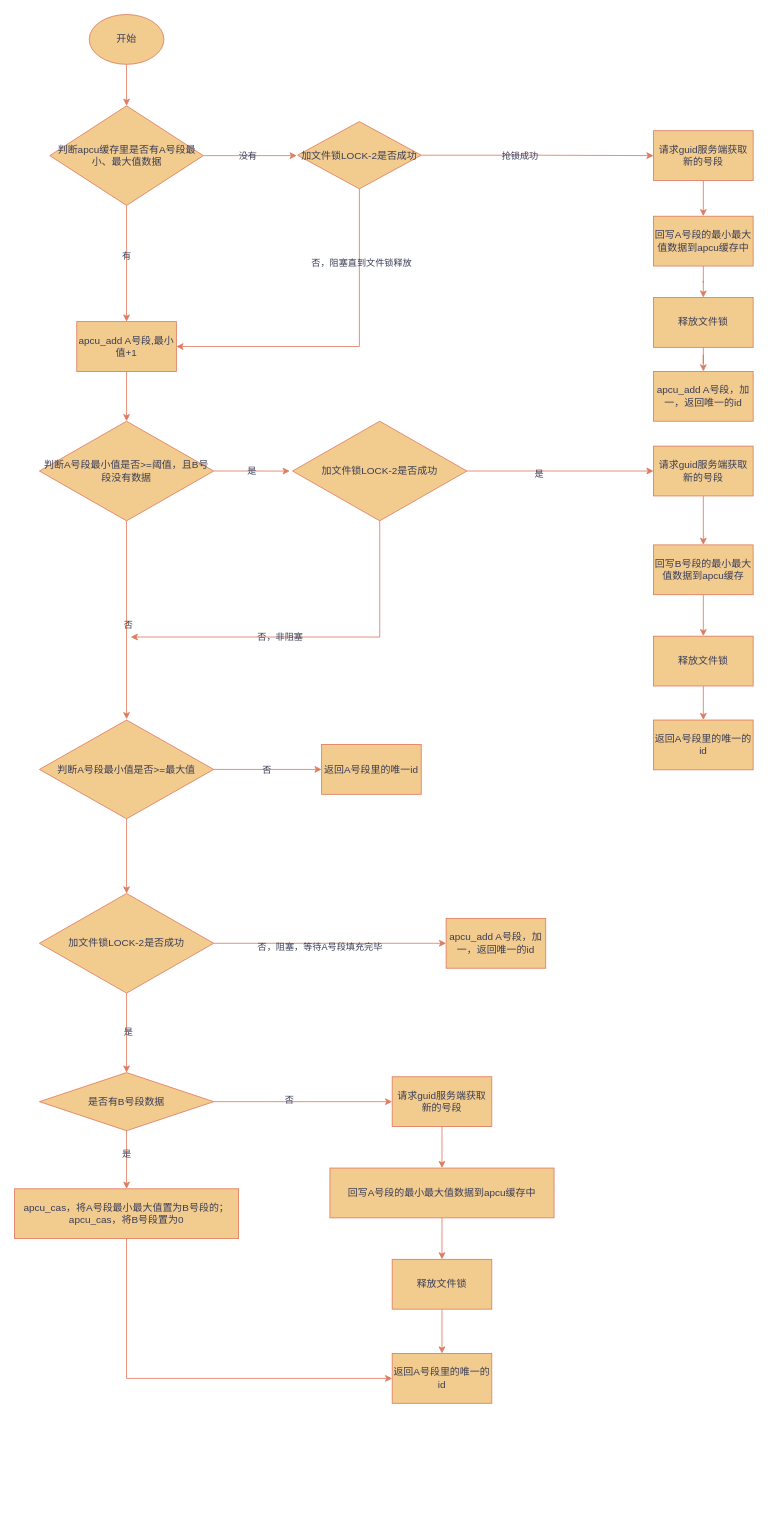
Earlier version of the draw.io diagram 全局唯一id服务-v1.drawio (yuanlj-tea/picgo). Source tidied: cells renumbered, new cells numbered last; positions are measured from the earlier drawing's top-left corner, leaving out a move shared by most shapes. Both pictures are drawn from the tidied source at 83%, with x=0, y=0 at pixel (14, 14).
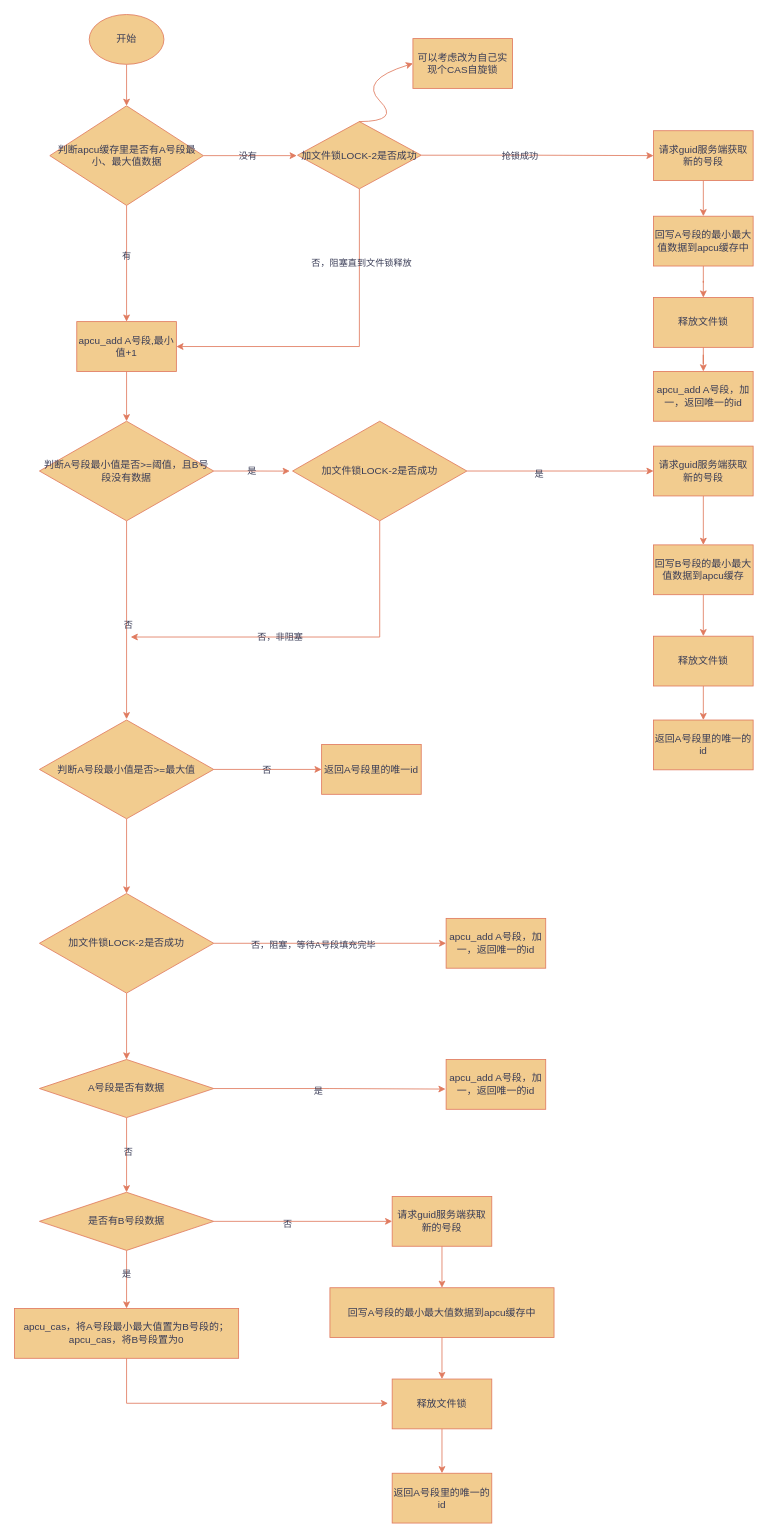
The same page after the edit.

Commit message:
更新全局唯一id服务-v1.drawio

The change refers to these unchanged cells:
```xml
<mxCell id="47" style="edgeStyle=orthogonalEdgeStyle;rounded=0;jettySize=auto;html=1;entryX=0;entryY=0.5;entryDx=0;entryDy=0;labelBackgroundColor=none;strokeColor=#E07A5F;fontColor=default;" parent="1" edge="1" source="49" target="58">
  <mxGeometry relative="1" as="geometry" />
</mxCell>
<mxCell id="52" style="edgeStyle=orthogonalEdgeStyle;rounded=0;jettySize=auto;html=1;labelBackgroundColor=none;strokeColor=#E07A5F;fontColor=default;" parent="1" edge="1" source="56" target="63">
  <mxGeometry relative="1" as="geometry" />
</mxCell>
<mxCell id="56" value="加文件锁LOCK-2是否成功" style="rhombus;whiteSpace=wrap;html=1;labelBackgroundColor=none;fillColor=#F2CC8F;strokeColor=#E07A5F;fontColor=#393C56;" parent="1" vertex="1">
  <mxGeometry x="30" y="1059" width="210" height="120" as="geometry" />
</mxCell>
```

Diff of the diagram source:
```diff
@@
-    <mxCell id="48" value="否" style="edgeLabel;html=1;align=center;verticalAlign=middle;labelBackgroundColor=none;fontColor=#393C56;" parent="47" vertex="1">
-      <mxGeometry x="-0.16" y="2" relative="1" as="geometry" />
-    </mxCell>
+    <mxCell id="65" value="否" style="edgeLabel;html=1;align=center;verticalAlign=middle;labelBackgroundColor=none;fontColor=#393C56;" parent="47" vertex="1">
+      <mxGeometry x="-0.18" y="-2" relative="1" as="geometry" />
+    </mxCell>
     <mxCell id="49" value="是否有B号段数据" style="rhombus;whiteSpace=wrap;html=1;labelBackgroundColor=none;fillColor=#F2CC8F;strokeColor=#E07A5F;fontColor=#393C56;" parent="1" vertex="1">
-      <mxGeometry x="30" y="1274.8" width="210" height="70" as="geometry" />
+      <mxGeometry x="30" y="1419" width="210" height="70" as="geometry" />
     </mxCell>
-    <mxCell id="50" style="edgeStyle=orthogonalEdgeStyle;rounded=0;jettySize=auto;html=1;entryX=0;entryY=0.5;entryDx=0;entryDy=0;labelBackgroundColor=none;strokeColor=#E07A5F;fontColor=default;" parent="1" edge="1" source="51" target="64">
+    <mxCell id="50" style="edgeStyle=orthogonalEdgeStyle;rounded=0;jettySize=auto;html=1;labelBackgroundColor=none;strokeColor=#E07A5F;fontColor=default;" parent="1" edge="1" source="51">
       <mxGeometry relative="1" as="geometry">
+        <mxPoint x="450" y="1673.2" as="targetPoint" />
         <Array as="points">
-          <mxPoint x="135" y="1643" />
+          <mxPoint x="135" y="1673.2" />
         </Array>
       </mxGeometry>
     </mxCell>
     <mxCell id="51" value="apcu_cas，将A号段最小最大值置为B号段的；&lt;br&gt;apcu_cas，将B号段置为0" style="whiteSpace=wrap;html=1;labelBackgroundColor=none;fillColor=#F2CC8F;strokeColor=#E07A5F;fontColor=#393C56;" parent="1" vertex="1">
-      <mxGeometry y="1414.8" width="270" height="60" as="geometry" />
+      <mxGeometry y="1559" width="270" height="60" as="geometry" />
     </mxCell>
@@
     <mxCell id="53" value="否，阻塞，等待A号段填充完毕" style="edgeLabel;html=1;align=center;verticalAlign=middle;labelBackgroundColor=none;fontColor=#393C56;" parent="52" vertex="1">
-      <mxGeometry x="-0.09" y="-3" relative="1" as="geometry" />
+      <mxGeometry x="-0.15" y="-1" relative="1" as="geometry" />
     </mxCell>
-    <mxCell id="54" style="edgeStyle=orthogonalEdgeStyle;rounded=0;jettySize=auto;html=1;labelBackgroundColor=none;strokeColor=#E07A5F;fontColor=default;" parent="1" edge="1" source="56" target="49">
-      <mxGeometry relative="1" as="geometry" />
-    </mxCell>
-    <mxCell id="55" value="是" style="edgeLabel;html=1;align=center;verticalAlign=middle;labelBackgroundColor=none;fontColor=#393C56;" parent="54" vertex="1">
-      <mxGeometry x="-0.04" y="1" relative="1" as="geometry" />
-    </mxCell>
+    <mxCell id="66" style="edgeStyle=orthogonalEdgeStyle;rounded=0;jettySize=auto;html=1;entryX=0.5;entryY=0;entryDx=0;entryDy=0;labelBackgroundColor=none;strokeColor=#E07A5F;fontColor=default;" parent="1" edge="1" source="56" target="70">
+      <mxGeometry relative="1" as="geometry" />
+    </mxCell>
@@
     <mxCell id="58" value="请求guid服务端获取新的号段" style="whiteSpace=wrap;html=1;labelBackgroundColor=none;fillColor=#F2CC8F;strokeColor=#E07A5F;fontColor=#393C56;" parent="1" vertex="1">
-      <mxGeometry x="455" y="1279.8" width="120" height="60" as="geometry" />
+      <mxGeometry x="455" y="1424" width="120" height="60" as="geometry" />
     </mxCell>
@@
     <mxCell id="60" value="回写A号段的最小最大值数据到apcu缓存中" style="whiteSpace=wrap;html=1;labelBackgroundColor=none;fillColor=#F2CC8F;strokeColor=#E07A5F;fontColor=#393C56;" parent="1" vertex="1">
-      <mxGeometry x="380" y="1389.8" width="270" height="60" as="geometry" />
+      <mxGeometry x="380" y="1534" width="270" height="60" as="geometry" />
     </mxCell>
@@
     <mxCell id="62" value="释放文件锁" style="whiteSpace=wrap;html=1;labelBackgroundColor=none;fillColor=#F2CC8F;strokeColor=#E07A5F;fontColor=#393C56;" parent="1" vertex="1">
-      <mxGeometry x="455" y="1499.8" width="120" height="60" as="geometry" />
+      <mxGeometry x="455" y="1644" width="120" height="60" as="geometry" />
     </mxCell>
@@
     <mxCell id="64" value="返回A号段里的唯一的id" style="whiteSpace=wrap;html=1;labelBackgroundColor=none;fillColor=#F2CC8F;strokeColor=#E07A5F;fontColor=#393C56;" parent="1" vertex="1">
-      <mxGeometry x="455" y="1613.2" width="120" height="60" as="geometry" />
+      <mxGeometry x="455" y="1757.5" width="120" height="60" as="geometry" />
     </mxCell>
+    <mxCell id="67" style="edgeStyle=orthogonalEdgeStyle;rounded=0;jettySize=auto;html=1;entryX=-0.006;entryY=0.594;entryDx=0;entryDy=0;entryPerimeter=0;labelBackgroundColor=none;strokeColor=#E07A5F;fontColor=default;" parent="1" edge="1" source="70" target="71">
+      <mxGeometry relative="1" as="geometry" />
+    </mxCell>
+    <mxCell id="55" value="是" style="edgeLabel;html=1;align=center;verticalAlign=middle;labelBackgroundColor=none;fontColor=#393C56;" parent="67" vertex="1">
+      <mxGeometry x="-0.11" y="-2" relative="1" as="geometry" />
+    </mxCell>
+    <mxCell id="68" style="edgeStyle=orthogonalEdgeStyle;rounded=0;jettySize=auto;html=1;entryX=0.5;entryY=0;entryDx=0;entryDy=0;labelBackgroundColor=none;strokeColor=#E07A5F;fontColor=default;" parent="1" edge="1" source="70" target="49">
+      <mxGeometry relative="1" as="geometry" />
+    </mxCell>
+    <mxCell id="69" value="否" style="edgeLabel;html=1;align=center;verticalAlign=middle;labelBackgroundColor=none;fontColor=#393C56;" parent="68" vertex="1">
+      <mxGeometry x="-0.12" y="1" relative="1" as="geometry" />
+    </mxCell>
+    <mxCell id="70" value="A号段是否有数据" style="rhombus;whiteSpace=wrap;html=1;labelBackgroundColor=none;fillColor=#F2CC8F;strokeColor=#E07A5F;fontColor=#393C56;" parent="1" vertex="1">
+      <mxGeometry x="30" y="1259" width="210" height="70" as="geometry" />
+    </mxCell>
+    <mxCell id="71" value="apcu_add A号段，加一，返回唯一的id" style="whiteSpace=wrap;html=1;labelBackgroundColor=none;fillColor=#F2CC8F;strokeColor=#E07A5F;fontColor=#393C56;" parent="1" vertex="1">
+      <mxGeometry x="520" y="1259" width="120" height="60" as="geometry" />
+    </mxCell>
+    <mxCell id="72" style="curved=1;endArrow=classic;html=1;rounded=0;labelBackgroundColor=none;strokeColor=#E07A5F;fontColor=default;" parent="1" edge="1">
+      <mxGeometry relative="1" as="geometry">
+        <mxPoint x="415" y="129" as="sourcePoint" />
+        <mxPoint x="480" y="59" as="targetPoint" />
+        <Array as="points">
+          <mxPoint x="465" y="129" />
+          <mxPoint x="415" y="79" />
+        </Array>
+      </mxGeometry>
+    </mxCell>
+    <mxCell id="73" value="可以考虑改为自己实现个CAS自旋锁" style="rounded=0;whiteSpace=wrap;html=1;labelBackgroundColor=none;fillColor=#F2CC8F;strokeColor=#E07A5F;fontColor=#393C56;" parent="1" vertex="1">
+      <mxGeometry x="480" y="29" width="120" height="60" as="geometry" />
+    </mxCell>
```
